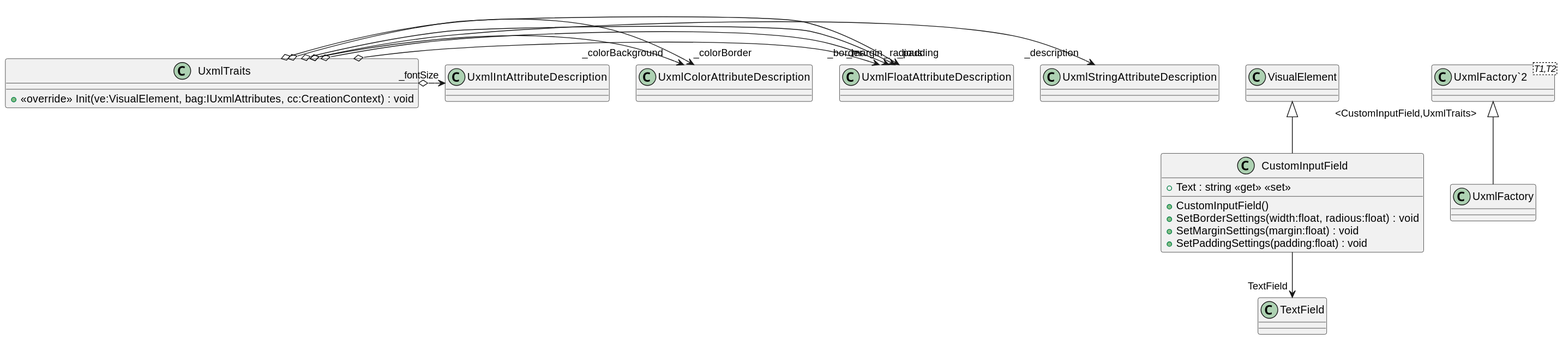
Above: UML/UIToolkit/Scripts/CustomInputField.svg in mysteryfungus/DungeonGeneratorUnity (PlantUML), before the change. Source of this version:
```plantuml
@startuml
class CustomInputField {
    + CustomInputField()
    + SetBorderSettings(width:float, radious:float) : void
    + SetMarginSettings(margin:float) : void
    + SetPaddingSettings(padding:float) : void
    + Text : string <<get>> <<set>>
}
class UxmlFactory {
}
class UxmlTraits {
    + <<override>> Init(ve:VisualElement, bag:IUxmlAttributes, cc:CreationContext) : void
}
class "UxmlFactory`2"<T1,T2> {
}
VisualElement <|-- CustomInputField
CustomInputField --> "TextField" TextField
"UxmlFactory`2" "<CustomInputField,UxmlTraits>" <|-- UxmlFactory
UxmlTraits o-> "_description" UxmlStringAttributeDescription
UxmlTraits o-> "_border" UxmlFloatAttributeDescription
UxmlTraits o-> "_radious" UxmlFloatAttributeDescription
UxmlTraits o-> "_margin" UxmlFloatAttributeDescription
UxmlTraits o-> "_padding" UxmlFloatAttributeDescription
UxmlTraits o-> "_colorBackground" UxmlColorAttributeDescription
UxmlTraits o-> "_colorBorder" UxmlColorAttributeDescription
UxmlTraits o-> "_fontSize" UxmlIntAttributeDescription
@enduml
```
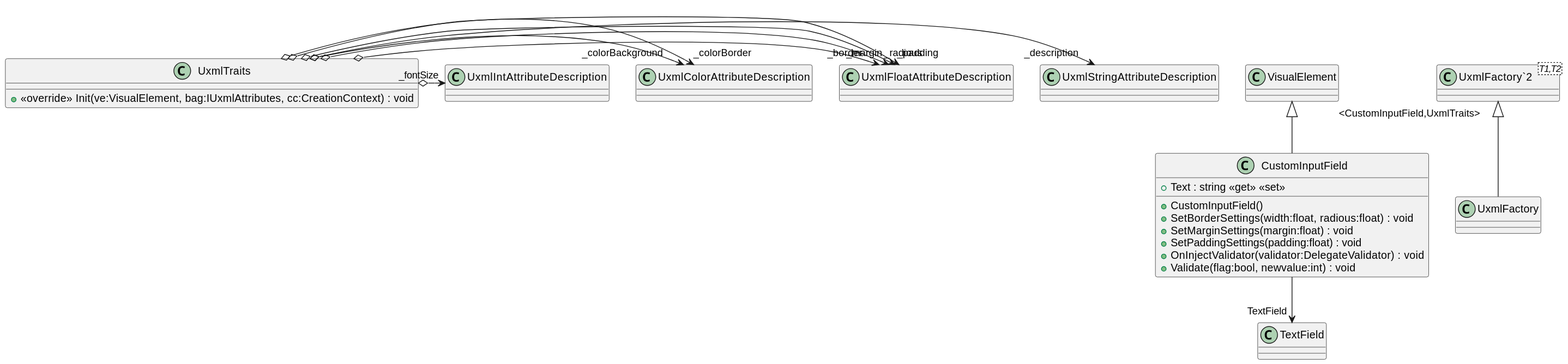
The same file after the commit.

Change to the diagram source:
```diff
@@ -4,6 +4,8 @@
     + SetBorderSettings(width:float, radious:float) : void
     + SetMarginSettings(margin:float) : void
     + SetPaddingSettings(padding:float) : void
+    + OnInjectValidator(validator:DelegateValidator) : void
+    + Validate(flag:bool, newvalue:int) : void
     + Text : string <<get>> <<set>>
 }
 class UxmlFactory {
```
